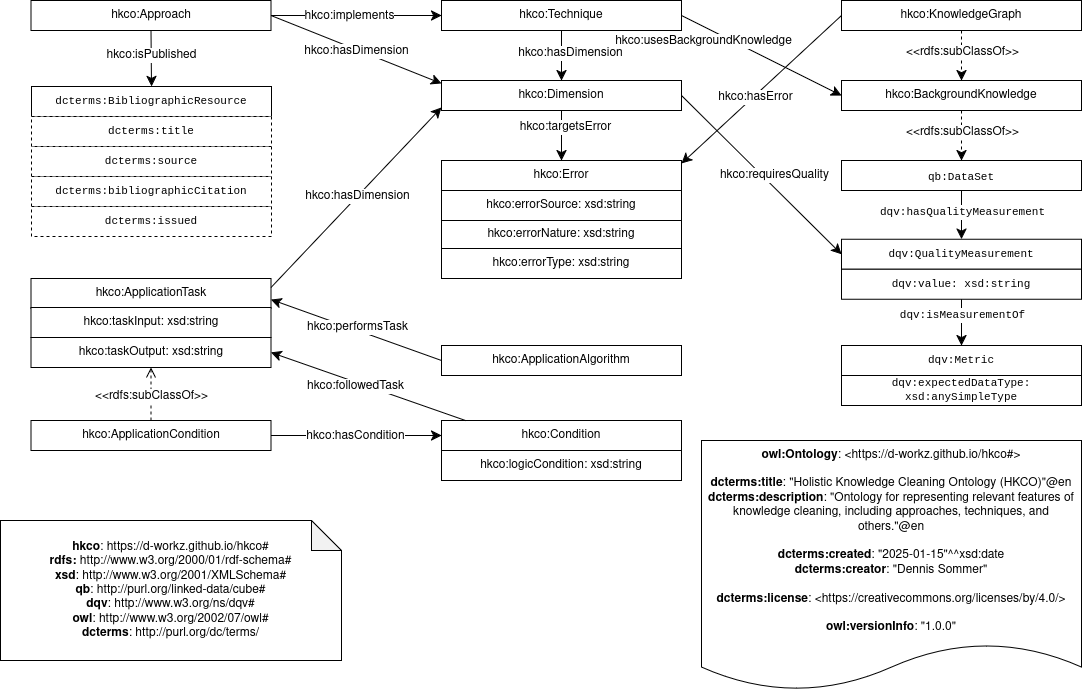
This is resources/HKCO_visualization_light.png from D-Workz/akco, a draw.io export, as it was before one commit. Source tidied: cells renumbered, new cells last; positions are measured from the earlier drawing's top-left corner, leaving out a move shared by most shapes.
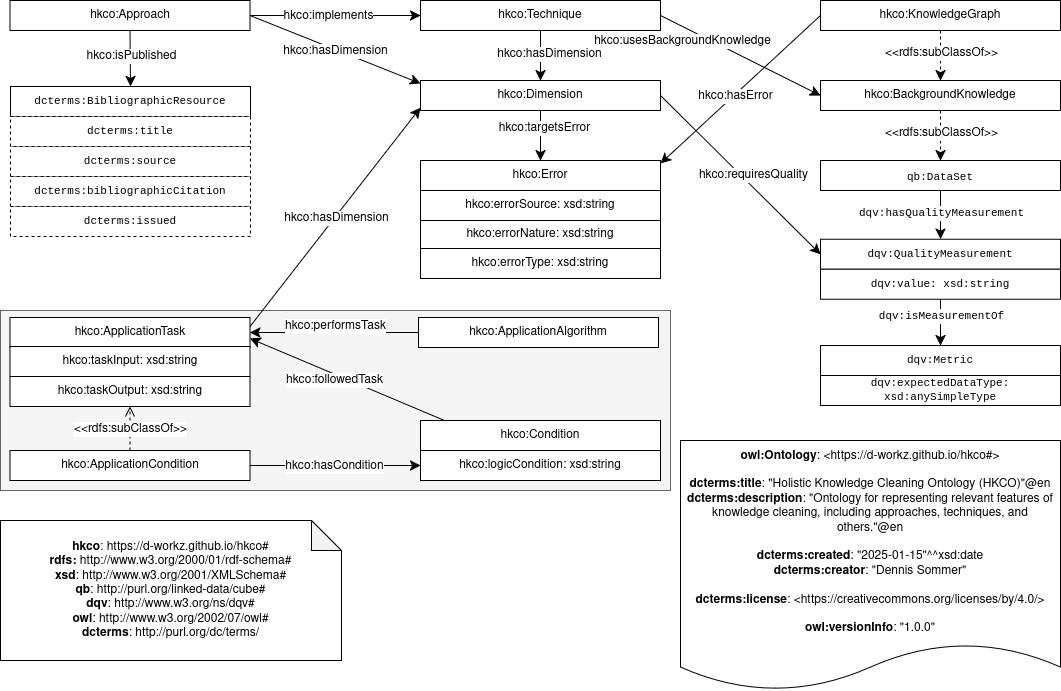
After the commit.

Commit message:
update figure: highlight application algo

Diff of the diagram source:
```diff
@@ -2,6 +2,9 @@
   <root>
     <mxCell id="0" />
     <mxCell id="1" parent="0" />
+    <mxCell id="64" style="rounded=0;whiteSpace=wrap;html=1;fillColor=#f5f5f5;fontColor=#333333;strokeColor=#666666;" parent="1" vertex="1">
+      <mxGeometry x="21" y="310" width="670" height="180" as="geometry" />
+    </mxCell>
     <mxCell id="2" value="hkco:errorSource: xsd:string" style="rounded=0;whiteSpace=wrap;html=1;" parent="1" vertex="1">
       <mxGeometry x="441" y="190" width="240" height="30" as="geometry" />
     </mxCell>
@@ -110,10 +113,10 @@
       <mxGeometry x="841" y="268.7" width="240" height="30" as="geometry" />
     </mxCell>
     <mxCell id="33" value="hkco:ApplicationAlgorithm" style="rounded=0;whiteSpace=wrap;html=1;snapToPoint=1;points=[[0.1,0],[0.2,0],[0.3,0],[0.4,0],[0.5,0],[0.6,0],[0.7,0],[0.8,0],[0.9,0],[0,0.1],[0,0.3],[0,0.5],[0,0.7],[0,0.9],[0.1,1],[0.2,1],[0.3,1],[0.4,1],[0.5,1],[0.6,1],[0.7,1],[0.8,1],[0.9,1],[1,0.1],[1,0.3],[1,0.5],[1,0.7],[1,0.9]];" parent="1" vertex="1">
-      <mxGeometry x="441" y="345" width="240" height="30" as="geometry" />
+      <mxGeometry x="439" y="317" width="240" height="30" as="geometry" />
     </mxCell>
     <mxCell id="34" value="hkco:ApplicationCondition" style="rounded=0;whiteSpace=wrap;html=1;snapToPoint=1;points=[[0.1,0],[0.2,0],[0.3,0],[0.4,0],[0.5,0],[0.6,0],[0.7,0],[0.8,0],[0.9,0],[0,0.1],[0,0.3],[0,0.5],[0,0.7],[0,0.9],[0.1,1],[0.2,1],[0.3,1],[0.4,1],[0.5,1],[0.6,1],[0.7,1],[0.8,1],[0.9,1],[1,0.1],[1,0.3],[1,0.5],[1,0.7],[1,0.9]];" parent="1" vertex="1">
-      <mxGeometry x="30.5" y="420" width="240" height="30" as="geometry" />
+      <mxGeometry x="30.5" y="450" width="240" height="30" as="geometry" />
     </mxCell>
     <mxCell id="35" style="endArrow=open;html=1;fontColor=#000099;endFill=0;dashed=1;entryX=0.5;entryY=1;entryDx=0;entryDy=0;endSize=8;arcSize=0;rounded=0;exitX=0.5;exitY=0;exitDx=0;exitDy=0;" parent="1" edge="1" source="34" target="51">
       <mxGeometry relative="1" as="geometry" />
@@ -124,7 +127,7 @@
       </mxGeometry>
     </mxCell>
     <mxCell id="37" value="hkco:ApplicationTask" style="rounded=0;whiteSpace=wrap;html=1;snapToPoint=1;points=[[0.1,0],[0.2,0],[0.3,0],[0.4,0],[0.5,0],[0.6,0],[0.7,0],[0.8,0],[0.9,0],[0,0.1],[0,0.3],[0,0.5],[0,0.7],[0,0.9],[0.1,1],[0.2,1],[0.3,1],[0.4,1],[0.5,1],[0.6,1],[0.7,1],[0.8,1],[0.9,1],[1,0.1],[1,0.3],[1,0.5],[1,0.7],[1,0.9]];" parent="1" vertex="1">
-      <mxGeometry x="30.5" y="278" width="240" height="30" as="geometry" />
+      <mxGeometry x="30.5" y="317" width="240" height="30" as="geometry" />
     </mxCell>
     <mxCell id="38" style="endArrow=classic;html=1;endSize=8;arcSize=0;rounded=0;exitX=1;exitY=0.3;exitDx=0;exitDy=0;entryX=0;entryY=0.9;entryDx=0;entryDy=0;" parent="1" edge="1" source="37" target="9">
       <mxGeometry relative="1" as="geometry" />
@@ -137,7 +140,7 @@
     <mxCell id="40" value="hkco:Condition" style="rounded=0;whiteSpace=wrap;html=1;snapToPoint=1;points=[[0.1,0],[0.2,0],[0.3,0],[0.4,0],[0.5,0],[0.6,0],[0.7,0],[0.8,0],[0.9,0],[0,0.1],[0,0.3],[0,0.5],[0,0.7],[0,0.9],[0.1,1],[0.2,1],[0.3,1],[0.4,1],[0.5,1],[0.6,1],[0.7,1],[0.8,1],[0.9,1],[1,0.1],[1,0.3],[1,0.5],[1,0.7],[1,0.9]];" parent="1" vertex="1">
       <mxGeometry x="441" y="420" width="240" height="30" as="geometry" />
     </mxCell>
-    <mxCell id="41" style="endArrow=classic;html=1;endSize=8;arcSize=0;rounded=0;exitX=0;exitY=0.5;exitDx=0;exitDy=0;entryX=1;entryY=0.7;entryDx=0;entryDy=0;" parent="1" edge="1" source="33" target="37">
+    <mxCell id="41" style="endArrow=classic;html=1;endSize=8;arcSize=0;rounded=0;exitX=0;exitY=0.5;exitDx=0;exitDy=0;entryX=1;entryY=0.5;entryDx=0;entryDy=0;" parent="1" edge="1" source="33" target="37">
       <mxGeometry relative="1" as="geometry" />
     </mxCell>
     <mxCell id="42" value="&lt;div&gt;hkco:performsTask&lt;/div&gt;" style="text;html=1;align=center;verticalAlign=middle;labelBackgroundColor=#ffffff;" parent="41" vertex="1">
@@ -145,7 +148,7 @@
         <mxPoint x="-11" y="-7" as="offset" />
       </mxGeometry>
     </mxCell>
-    <mxCell id="43" style="endArrow=classic;html=1;endSize=8;arcSize=0;rounded=0;exitX=0.1;exitY=0;exitDx=0;exitDy=0;entryX=1;entryY=0.5;entryDx=0;entryDy=0;" parent="1" edge="1" source="40" target="51">
+    <mxCell id="43" style="endArrow=classic;html=1;endSize=8;arcSize=0;rounded=0;exitX=0.1;exitY=0;exitDx=0;exitDy=0;entryX=1;entryY=0.7;entryDx=0;entryDy=0;" parent="1" edge="1" source="40" target="37">
       <mxGeometry relative="1" as="geometry" />
     </mxCell>
     <mxCell id="44" value="&lt;div&gt;hkco:followedTask&lt;br&gt;&lt;/div&gt;" style="text;html=1;align=center;verticalAlign=middle;labelBackgroundColor=#ffffff;" parent="43" vertex="1">
@@ -153,7 +156,7 @@
         <mxPoint x="-26" y="-5" as="offset" />
       </mxGeometry>
     </mxCell>
-    <mxCell id="45" style="endArrow=classic;html=1;endSize=8;arcSize=0;rounded=0;exitX=1;exitY=0.5;exitDx=0;exitDy=0;entryX=0;entryY=0.5;entryDx=0;entryDy=0;" parent="1" edge="1" source="34" target="40">
+    <mxCell id="45" style="endArrow=classic;html=1;endSize=8;arcSize=0;rounded=0;exitX=1;exitY=0.5;exitDx=0;exitDy=0;entryX=0;entryY=0.5;entryDx=0;entryDy=0;" parent="1" edge="1" source="34" target="47">
       <mxGeometry relative="1" as="geometry" />
     </mxCell>
     <mxCell id="46" value="&lt;div&gt;hkco:hasCondition&lt;br&gt;&lt;/div&gt;" style="text;html=1;align=center;verticalAlign=middle;labelBackgroundColor=#ffffff;" parent="45" vertex="1">
@@ -165,16 +168,16 @@
       <mxGeometry x="441" y="450" width="240" height="30" as="geometry" />
     </mxCell>
     <mxCell id="48" value="&lt;div&gt;&lt;b&gt;hkco&lt;/b&gt;: https://d-workz.github.io/hkco#&lt;br&gt;&lt;/div&gt;&lt;div&gt;&lt;b&gt;rdfs:&lt;/b&gt; http://www.w3.org/2000/01/rdf-schema#&lt;/div&gt;&lt;div&gt;&lt;b&gt;xsd&lt;/b&gt;: http://www.w3.org/2001/XMLSchema#&lt;/div&gt;&lt;div&gt;&lt;b&gt;qb&lt;/b&gt;: &lt;font face=&quot;Helvetica&quot;&gt;http://purl.org/linked-data/cube#&lt;/font&gt;&lt;/div&gt;&lt;div&gt;&lt;font face=&quot;Helvetica&quot;&gt;&lt;b&gt;dqv&lt;/b&gt;: &lt;/font&gt;&lt;font face=&quot;Helvetica&quot;&gt;http://www.w3.org/ns/dqv#&lt;/font&gt;&lt;/div&gt;&lt;div&gt;&lt;font face=&quot;Helvetica&quot;&gt;&lt;b&gt;owl&lt;/b&gt;: http://www.w3.org/2002/07/owl#&lt;/font&gt;&lt;/div&gt;&lt;div&gt;&lt;div&gt;&lt;font face=&quot;Helvetica&quot;&gt;&lt;b&gt;dcterms&lt;/b&gt;: &lt;/font&gt;http://purl.org/dc/terms/&lt;/div&gt;&lt;/div&gt;" style="shape=note;whiteSpace=wrap;html=1;backgroundOutline=1;darkOpacity=0.05;" parent="1" vertex="1">
-      <mxGeometry y="520" width="341" height="140" as="geometry" />
+      <mxGeometry x="21" y="520" width="341" height="140" as="geometry" />
     </mxCell>
     <mxCell id="49" value="&lt;div&gt;&lt;b style=&quot;border-color: var(--border-color);&quot;&gt;owl:Ontology&lt;/b&gt;: &amp;lt;https://d-workz.github.io/hkco#&amp;gt;&lt;b&gt;&lt;br&gt;&lt;/b&gt;&lt;/div&gt;&lt;div&gt;&lt;b&gt;&lt;br&gt;&lt;/b&gt;&lt;/div&gt;&lt;div&gt;&lt;b&gt;dcterms:title&lt;/b&gt;: &quot;Holistic Knowledge Cleaning Ontology (HKCO)&quot;@en &lt;br&gt;&lt;b&gt;dcterms:description&lt;/b&gt;: &quot;Ontology for representing relevant features of knowledge cleaning, including approaches, techniques, and others.&quot;@en &lt;br&gt;&lt;br&gt;&lt;b&gt;dcterms:created&lt;/b&gt;: &quot;2025-01-15&quot;^^xsd:date &lt;br&gt;&lt;b&gt;dcterms:creator&lt;/b&gt;: &quot;Dennis Sommer&quot;&lt;br&gt;&lt;br&gt;&lt;b&gt;dcterms:license&lt;/b&gt;: &amp;lt;https://creativecommons.org/licenses/by/4.0/&amp;gt;&lt;br&gt;&lt;/div&gt;&lt;div&gt;&lt;br&gt;&lt;b&gt;owl:versionInfo&lt;/b&gt;: &quot;1.0.0&quot;&lt;br&gt;&lt;/div&gt;" style="shape=document;whiteSpace=wrap;html=1;boundedLbl=1;labelBackgroundColor=#ffffff;strokeColor=#000000;fontSize=12;fontColor=#000000;size=0.1875;" parent="1" vertex="1">
       <mxGeometry x="701" y="440" width="380" height="250" as="geometry" />
     </mxCell>
     <mxCell id="50" value="hkco:taskInput: xsd:string" style="rounded=0;whiteSpace=wrap;html=1;" parent="1" vertex="1">
-      <mxGeometry x="30.5" y="307" width="240" height="30" as="geometry" />
+      <mxGeometry x="30.5" y="346" width="240" height="30" as="geometry" />
     </mxCell>
     <mxCell id="51" value="hkco:taskOutput: xsd:string" style="rounded=0;whiteSpace=wrap;html=1;snapToPoint=1;points=[[0.1,0],[0.2,0],[0.3,0],[0.4,0],[0.5,0],[0.6,0],[0.7,0],[0.8,0],[0.9,0],[0,0.1],[0,0.3],[0,0.5],[0,0.7],[0,0.9],[0.1,1],[0.2,1],[0.3,1],[0.4,1],[0.5,1],[0.6,1],[0.7,1],[0.8,1],[0.9,1],[1,0.1],[1,0.3],[1,0.5],[1,0.7],[1,0.9]];" parent="1" vertex="1">
-      <mxGeometry x="30.5" y="337" width="240" height="30" as="geometry" />
+      <mxGeometry x="30.5" y="376" width="240" height="30" as="geometry" />
     </mxCell>
     <mxCell id="52" value="&lt;pre&gt;&lt;font style=&quot;font-size: 11px;&quot; face=&quot;Courier New&quot;&gt;qb:DataSet&lt;/font&gt;&lt;/pre&gt;" style="rounded=0;whiteSpace=wrap;html=1;" parent="1" vertex="1">
       <mxGeometry x="841" y="160" width="240" height="30" as="geometry" />
```
